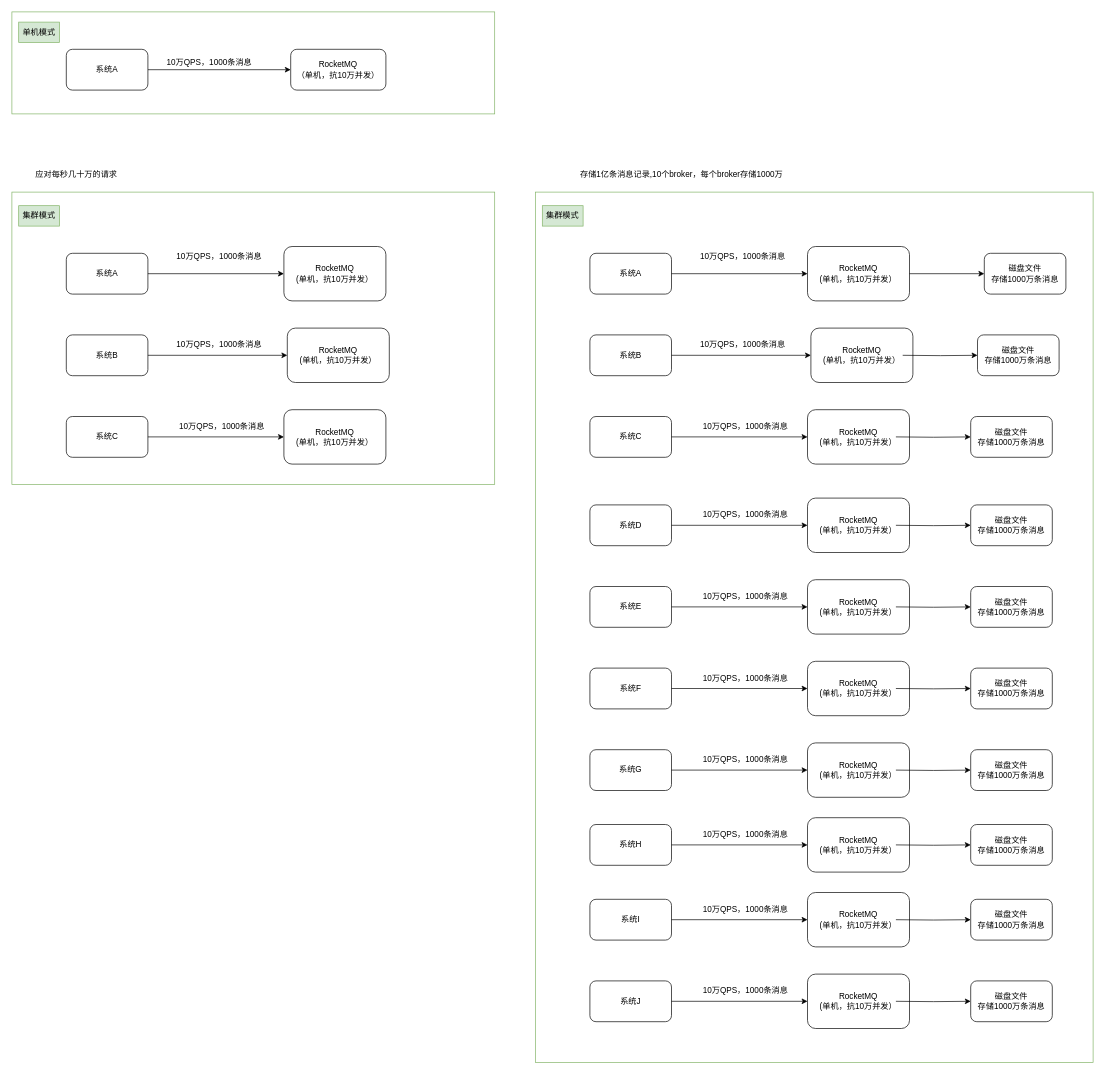
The draw.io diagram RocketMQ.drawio in ChengyangLei/diagrams, before the edit. Source tidied: cells renumbered, new cells numbered last; positions are measured from the earlier drawing's top-left corner, leaving out a move shared by most shapes. Both pictures are drawn from the tidied source at 68%, with x=0, y=0 at pixel (12, 12).
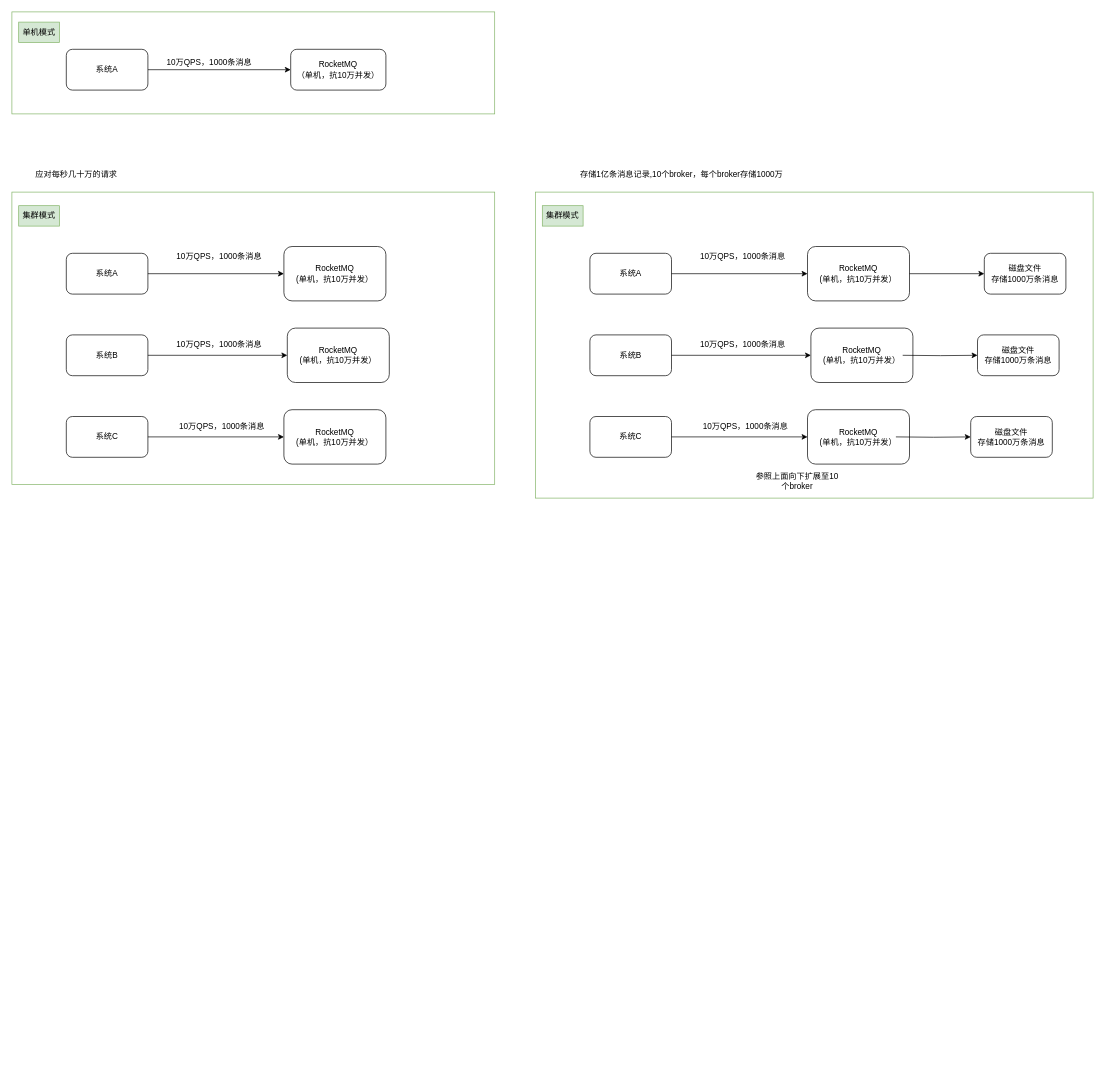
Above is the later version.

Diff of the diagram source:
```diff
@@
     <mxCell id="23" style="rounded=0;whiteSpace=wrap;html=1;fillColor=none;strokeColor=#82b366;" parent="1" vertex="1">
-      <mxGeometry x="770" y="265" width="820" height="1280" as="geometry" />
+      <mxGeometry x="770" y="265" width="820" height="450" as="geometry" />
     </mxCell>
@@
-    <mxCell id="44" style="edgeStyle=orthogonalEdgeStyle;rounded=0;jettySize=auto;html=1;" parent="1" edge="1" source="45" target="46">
-      <mxGeometry relative="1" as="geometry" />
-    </mxCell>
-    <mxCell id="45" value="系统D" style="rounded=1;whiteSpace=wrap;html=1;fillColor=none;gradientColor=none;" parent="1" vertex="1">
-      <mxGeometry x="850" y="725" width="120" height="60" as="geometry" />
-    </mxCell>
-    <mxCell id="46" value="&lt;span&gt;RocketMQ&lt;/span&gt;&lt;br&gt;&lt;span&gt;(单机，抗10万并发）&lt;/span&gt;" style="rounded=1;whiteSpace=wrap;html=1;fillColor=none;gradientColor=none;" parent="1" vertex="1">
-      <mxGeometry x="1170" y="715" width="150" height="80" as="geometry" />
-    </mxCell>
-    <mxCell id="47" value="10万QPS，1000条消息" style="text;html=1;strokeColor=none;fillColor=none;align=center;verticalAlign=middle;whiteSpace=wrap;rounded=0;" parent="1" vertex="1">
-      <mxGeometry x="1014" y="725" width="130" height="30" as="geometry" />
-    </mxCell>
-    <mxCell id="48" style="edgeStyle=orthogonalEdgeStyle;rounded=0;jettySize=auto;html=1;" parent="1" edge="1" target="49">
-      <mxGeometry relative="1" as="geometry">
-        <mxPoint x="1300" y="755" as="sourcePoint" />
-      </mxGeometry>
-    </mxCell>
-    <mxCell id="49" value="磁盘文件&lt;br&gt;存储1000万条消息" style="rounded=1;whiteSpace=wrap;html=1;fillColor=none;gradientColor=none;" parent="1" vertex="1">
-      <mxGeometry x="1410" y="725" width="120" height="60" as="geometry" />
-    </mxCell>
-    <mxCell id="50" style="edgeStyle=orthogonalEdgeStyle;rounded=0;jettySize=auto;html=1;" parent="1" edge="1" source="51" target="52">
-      <mxGeometry relative="1" as="geometry" />
-    </mxCell>
-    <mxCell id="51" value="系统E" style="rounded=1;whiteSpace=wrap;html=1;fillColor=none;gradientColor=none;" parent="1" vertex="1">
-      <mxGeometry x="850" y="845" width="120" height="60" as="geometry" />
-    </mxCell>
-    <mxCell id="52" value="&lt;span&gt;RocketMQ&lt;/span&gt;&lt;br&gt;&lt;span&gt;(单机，抗10万并发）&lt;/span&gt;" style="rounded=1;whiteSpace=wrap;html=1;fillColor=none;gradientColor=none;" parent="1" vertex="1">
-      <mxGeometry x="1170" y="835" width="150" height="80" as="geometry" />
-    </mxCell>
-    <mxCell id="53" value="10万QPS，1000条消息" style="text;html=1;strokeColor=none;fillColor=none;align=center;verticalAlign=middle;whiteSpace=wrap;rounded=0;" parent="1" vertex="1">
-      <mxGeometry x="1014" y="845" width="130" height="30" as="geometry" />
-    </mxCell>
-    <mxCell id="54" style="edgeStyle=orthogonalEdgeStyle;rounded=0;jettySize=auto;html=1;" parent="1" edge="1" target="55">
-      <mxGeometry relative="1" as="geometry">
-        <mxPoint x="1300" y="875" as="sourcePoint" />
-      </mxGeometry>
-    </mxCell>
-    <mxCell id="55" value="磁盘文件&lt;br&gt;存储1000万条消息" style="rounded=1;whiteSpace=wrap;html=1;fillColor=none;gradientColor=none;" parent="1" vertex="1">
-      <mxGeometry x="1410" y="845" width="120" height="60" as="geometry" />
-    </mxCell>
-    <mxCell id="56" style="edgeStyle=orthogonalEdgeStyle;rounded=0;jettySize=auto;html=1;" parent="1" edge="1" source="57" target="58">
-      <mxGeometry relative="1" as="geometry" />
-    </mxCell>
-    <mxCell id="57" value="系统F" style="rounded=1;whiteSpace=wrap;html=1;fillColor=none;gradientColor=none;" parent="1" vertex="1">
-      <mxGeometry x="850" y="965" width="120" height="60" as="geometry" />
-    </mxCell>
-    <mxCell id="58" value="&lt;span&gt;RocketMQ&lt;/span&gt;&lt;br&gt;&lt;span&gt;(单机，抗10万并发）&lt;/span&gt;" style="rounded=1;whiteSpace=wrap;html=1;fillColor=none;gradientColor=none;" parent="1" vertex="1">
-      <mxGeometry x="1170" y="955" width="150" height="80" as="geometry" />
-    </mxCell>
-    <mxCell id="59" value="10万QPS，1000条消息" style="text;html=1;strokeColor=none;fillColor=none;align=center;verticalAlign=middle;whiteSpace=wrap;rounded=0;" parent="1" vertex="1">
-      <mxGeometry x="1014" y="965" width="130" height="30" as="geometry" />
-    </mxCell>
-    <mxCell id="60" style="edgeStyle=orthogonalEdgeStyle;rounded=0;jettySize=auto;html=1;" parent="1" edge="1" target="61">
-      <mxGeometry relative="1" as="geometry">
-        <mxPoint x="1300" y="995" as="sourcePoint" />
-      </mxGeometry>
-    </mxCell>
-    <mxCell id="61" value="磁盘文件&lt;br&gt;存储1000万条消息" style="rounded=1;whiteSpace=wrap;html=1;fillColor=none;gradientColor=none;" parent="1" vertex="1">
-      <mxGeometry x="1410" y="965" width="120" height="60" as="geometry" />
-    </mxCell>
-    <mxCell id="62" style="edgeStyle=orthogonalEdgeStyle;rounded=0;jettySize=auto;html=1;" parent="1" edge="1" source="63" target="64">
-      <mxGeometry relative="1" as="geometry" />
-    </mxCell>
-    <mxCell id="63" value="系统G" style="rounded=1;whiteSpace=wrap;html=1;fillColor=none;gradientColor=none;" parent="1" vertex="1">
-      <mxGeometry x="850" y="1085" width="120" height="60" as="geometry" />
-    </mxCell>
-    <mxCell id="64" value="&lt;span&gt;RocketMQ&lt;/span&gt;&lt;br&gt;&lt;span&gt;(单机，抗10万并发）&lt;/span&gt;" style="rounded=1;whiteSpace=wrap;html=1;fillColor=none;gradientColor=none;" parent="1" vertex="1">
-      <mxGeometry x="1170" y="1075" width="150" height="80" as="geometry" />
-    </mxCell>
-    <mxCell id="65" value="10万QPS，1000条消息" style="text;html=1;strokeColor=none;fillColor=none;align=center;verticalAlign=middle;whiteSpace=wrap;rounded=0;" parent="1" vertex="1">
-      <mxGeometry x="1014" y="1085" width="130" height="30" as="geometry" />
-    </mxCell>
-    <mxCell id="66" style="edgeStyle=orthogonalEdgeStyle;rounded=0;jettySize=auto;html=1;" parent="1" edge="1" target="67">
-      <mxGeometry relative="1" as="geometry">
-        <mxPoint x="1300" y="1115" as="sourcePoint" />
-      </mxGeometry>
-    </mxCell>
-    <mxCell id="67" value="磁盘文件&lt;br&gt;存储1000万条消息" style="rounded=1;whiteSpace=wrap;html=1;fillColor=none;gradientColor=none;" parent="1" vertex="1">
-      <mxGeometry x="1410" y="1085" width="120" height="60" as="geometry" />
-    </mxCell>
-    <mxCell id="68" style="edgeStyle=orthogonalEdgeStyle;rounded=0;jettySize=auto;html=1;" parent="1" edge="1" source="69" target="70">
-      <mxGeometry relative="1" as="geometry" />
-    </mxCell>
-    <mxCell id="69" value="系统H" style="rounded=1;whiteSpace=wrap;html=1;fillColor=none;gradientColor=none;" parent="1" vertex="1">
-      <mxGeometry x="850" y="1195" width="120" height="60" as="geometry" />
-    </mxCell>
-    <mxCell id="70" value="&lt;span&gt;RocketMQ&lt;/span&gt;&lt;br&gt;&lt;span&gt;(单机，抗10万并发）&lt;/span&gt;" style="rounded=1;whiteSpace=wrap;html=1;fillColor=none;gradientColor=none;" parent="1" vertex="1">
-      <mxGeometry x="1170" y="1185" width="150" height="80" as="geometry" />
-    </mxCell>
-    <mxCell id="71" value="10万QPS，1000条消息" style="text;html=1;strokeColor=none;fillColor=none;align=center;verticalAlign=middle;whiteSpace=wrap;rounded=0;" parent="1" vertex="1">
-      <mxGeometry x="1014" y="1195" width="130" height="30" as="geometry" />
-    </mxCell>
-    <mxCell id="72" style="edgeStyle=orthogonalEdgeStyle;rounded=0;jettySize=auto;html=1;" parent="1" edge="1" target="73">
-      <mxGeometry relative="1" as="geometry">
-        <mxPoint x="1300" y="1225" as="sourcePoint" />
-      </mxGeometry>
-    </mxCell>
-    <mxCell id="73" value="磁盘文件&lt;br&gt;存储1000万条消息" style="rounded=1;whiteSpace=wrap;html=1;fillColor=none;gradientColor=none;" parent="1" vertex="1">
-      <mxGeometry x="1410" y="1195" width="120" height="60" as="geometry" />
-    </mxCell>
-    <mxCell id="74" style="edgeStyle=orthogonalEdgeStyle;rounded=0;jettySize=auto;html=1;" parent="1" edge="1" source="75" target="76">
-      <mxGeometry relative="1" as="geometry" />
-    </mxCell>
-    <mxCell id="75" value="系统I" style="rounded=1;whiteSpace=wrap;html=1;fillColor=none;gradientColor=none;" parent="1" vertex="1">
-      <mxGeometry x="850" y="1305" width="120" height="60" as="geometry" />
-    </mxCell>
-    <mxCell id="76" value="&lt;span&gt;RocketMQ&lt;/span&gt;&lt;br&gt;&lt;span&gt;(单机，抗10万并发）&lt;/span&gt;" style="rounded=1;whiteSpace=wrap;html=1;fillColor=none;gradientColor=none;" parent="1" vertex="1">
-      <mxGeometry x="1170" y="1295" width="150" height="80" as="geometry" />
-    </mxCell>
-    <mxCell id="77" value="10万QPS，1000条消息" style="text;html=1;strokeColor=none;fillColor=none;align=center;verticalAlign=middle;whiteSpace=wrap;rounded=0;" parent="1" vertex="1">
-      <mxGeometry x="1014" y="1305" width="130" height="30" as="geometry" />
-    </mxCell>
-    <mxCell id="78" style="edgeStyle=orthogonalEdgeStyle;rounded=0;jettySize=auto;html=1;" parent="1" edge="1" target="79">
-      <mxGeometry relative="1" as="geometry">
-        <mxPoint x="1300" y="1335" as="sourcePoint" />
-      </mxGeometry>
-    </mxCell>
-    <mxCell id="79" value="磁盘文件&lt;br&gt;存储1000万条消息" style="rounded=1;whiteSpace=wrap;html=1;fillColor=none;gradientColor=none;" parent="1" vertex="1">
-      <mxGeometry x="1410" y="1305" width="120" height="60" as="geometry" />
-    </mxCell>
-    <mxCell id="80" style="edgeStyle=orthogonalEdgeStyle;rounded=0;jettySize=auto;html=1;" parent="1" edge="1" source="81" target="82">
-      <mxGeometry relative="1" as="geometry" />
-    </mxCell>
-    <mxCell id="81" value="系统J&lt;br&gt;" style="rounded=1;whiteSpace=wrap;html=1;fillColor=none;gradientColor=none;" parent="1" vertex="1">
-      <mxGeometry x="850" y="1425" width="120" height="60" as="geometry" />
-    </mxCell>
-    <mxCell id="82" value="&lt;span&gt;RocketMQ&lt;/span&gt;&lt;br&gt;&lt;span&gt;(单机，抗10万并发）&lt;/span&gt;" style="rounded=1;whiteSpace=wrap;html=1;fillColor=none;gradientColor=none;" parent="1" vertex="1">
-      <mxGeometry x="1170" y="1415" width="150" height="80" as="geometry" />
-    </mxCell>
-    <mxCell id="83" value="10万QPS，1000条消息" style="text;html=1;strokeColor=none;fillColor=none;align=center;verticalAlign=middle;whiteSpace=wrap;rounded=0;" parent="1" vertex="1">
-      <mxGeometry x="1014" y="1425" width="130" height="30" as="geometry" />
-    </mxCell>
-    <mxCell id="84" style="edgeStyle=orthogonalEdgeStyle;rounded=0;jettySize=auto;html=1;" parent="1" edge="1" target="85">
-      <mxGeometry relative="1" as="geometry">
-        <mxPoint x="1300" y="1455" as="sourcePoint" />
-      </mxGeometry>
-    </mxCell>
-    <mxCell id="85" value="磁盘文件&lt;br&gt;存储1000万条消息" style="rounded=1;whiteSpace=wrap;html=1;fillColor=none;gradientColor=none;" parent="1" vertex="1">
-      <mxGeometry x="1410" y="1425" width="120" height="60" as="geometry" />
-    </mxCell>
+    <mxCell id="86" value="参照上面向下扩展至10个broker" style="text;html=1;strokeColor=none;fillColor=none;align=center;verticalAlign=middle;whiteSpace=wrap;rounded=0;" parent="1" vertex="1">
+      <mxGeometry x="1090" y="675" width="130" height="30" as="geometry" />
+    </mxCell>
```
